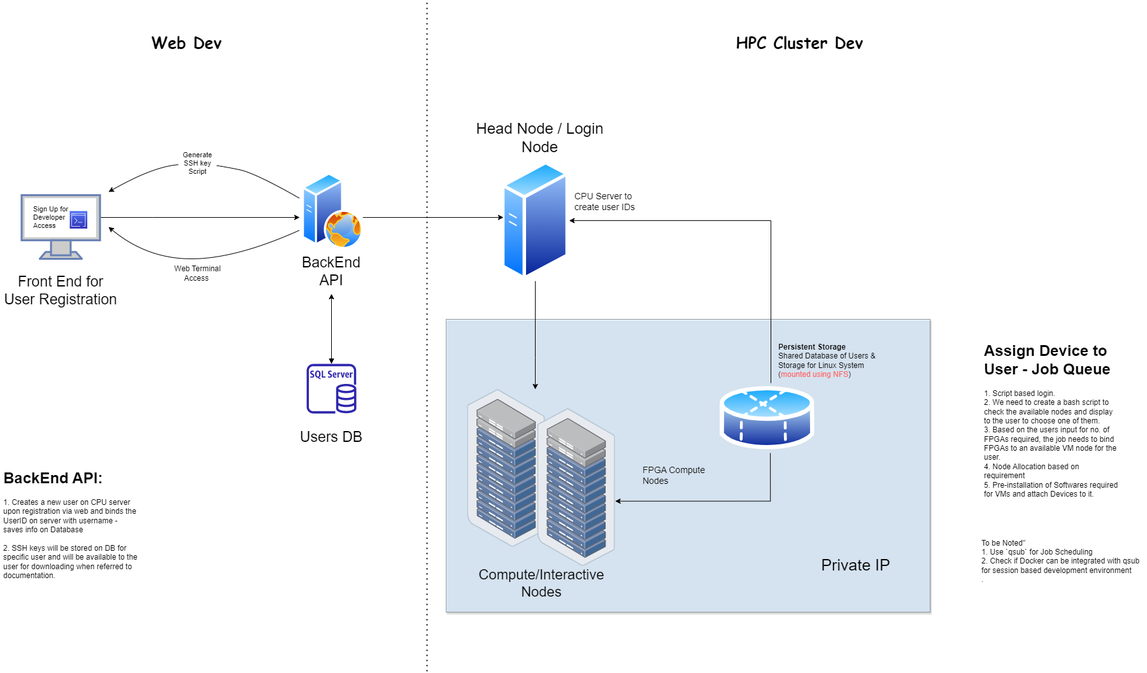
Above: LightSpeed Developer Access for Cloud Deployment.drawio.png in belanasaikiran/FlowCharts (draw.io), before the change. Source tidied: cells renumbered, new cells last; positions are measured from the earlier drawing's top-left corner, leaving out a move shared by most shapes.
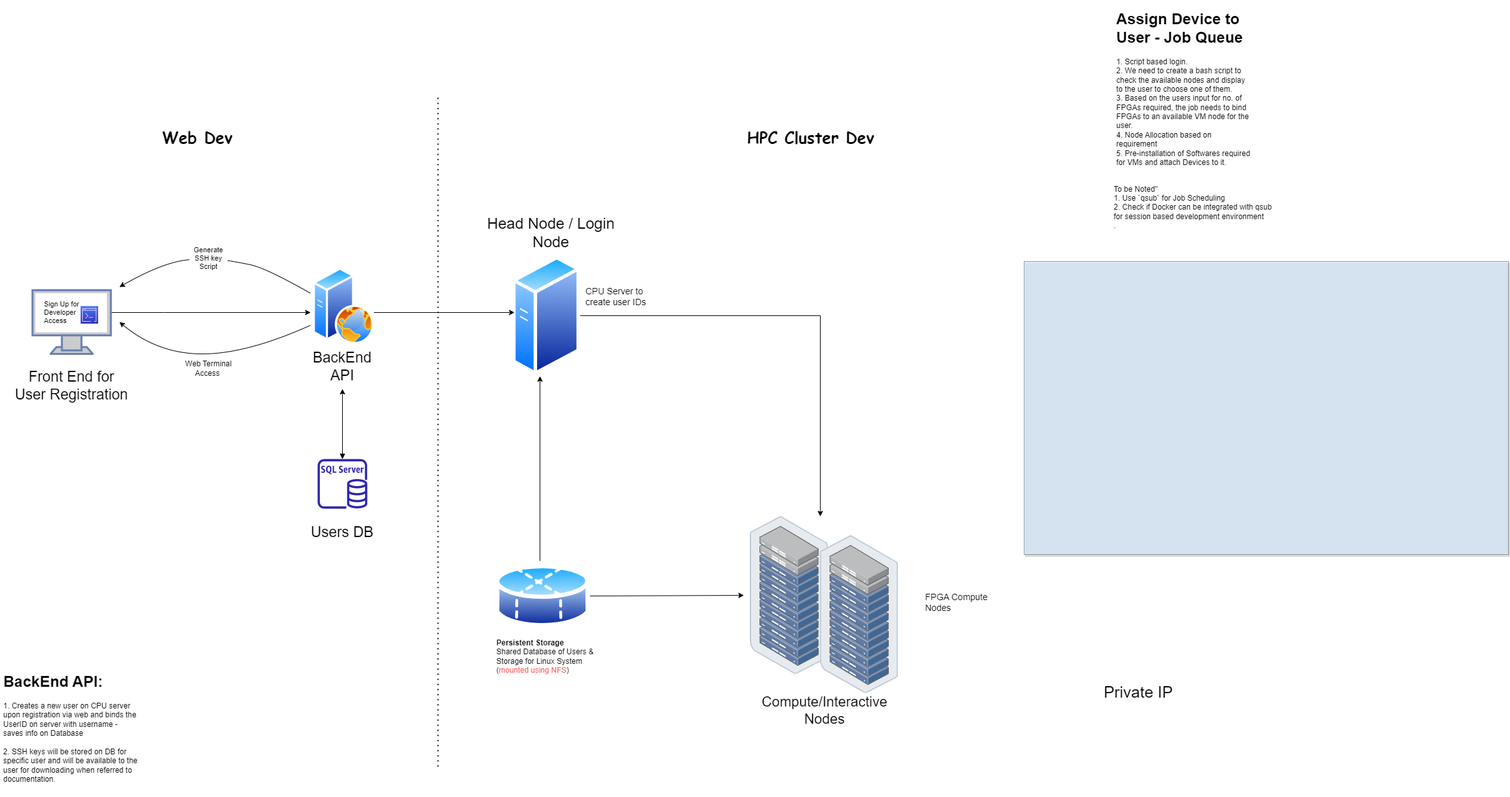
After the commit.

The edit, as a diff of the source:
```diff
@@ -55,11 +55,8 @@
       <mxGeometry x="14" width="96" height="120" as="geometry" />
     </mxCell>
     <mxCell id="15" style="group;" parent="1" vertex="1">
-      <mxGeometry x="733.4" y="610" width="726.6" height="440" as="geometry" />
+      <mxGeometry x="1160" y="660" width="726.6" height="440" as="geometry" />
     </mxCell>
-    <mxCell id="16" style="rounded=0;whiteSpace=wrap;html=1;labelBackgroundColor=#824040;labelBorderColor=none;fontSize=14;opacity=50;glass=0;shadow=1;fillColor=#cce5ff;strokeColor=#36393d;" parent="15" vertex="1">
-      <mxGeometry x="-33.4" y="-110" width="760" height="460" as="geometry" />
-    </mxCell>
     <mxCell id="17" style="points=[];html=1;align=center;shadow=0;dashed=0;image;image=img/lib/allied_telesis/storage/Datacenter_Server_Rack_ToR.svg;fontSize=11;" parent="15" vertex="1">
       <mxGeometry width="122.2" height="247.7" as="geometry" />
     </mxCell>
@@ -69,9 +66,6 @@
     <mxCell id="19" value="FPGA Compute Nodes" style="text;html=1;strokeColor=none;fillColor=none;align=left;verticalAlign=middle;whiteSpace=wrap;rounded=0;fontSize=14;" parent="15" vertex="1">
       <mxGeometry x="273.3" y="120" width="120" height="30" as="geometry" />
     </mxCell>
-    <mxCell id="20" value="&lt;b&gt;Persistent Storage&lt;/b&gt;&lt;br&gt;Shared Database of Users &amp;amp; Storage for Linux System&amp;nbsp;&lt;br&gt;(&lt;font color=&quot;#ff6666&quot;&gt;mounted using NFS&lt;/font&gt;)" style="text;html=1;strokeColor=none;fillColor=none;align=left;verticalAlign=middle;whiteSpace=wrap;rounded=0;" parent="15" vertex="1">
-      <mxGeometry x="486.6" y="-80" width="180" height="70" as="geometry" />
-    </mxCell>
     <mxCell id="21" value="&lt;font style=&quot;font-size: 25px;&quot;&gt;Private IP&lt;/font&gt;" style="text;html=1;align=center;verticalAlign=middle;whiteSpace=wrap;rounded=0;fontSize=14;" parent="15" vertex="1">
       <mxGeometry x="553.2" y="260" width="113.4" height="30" as="geometry" />
     </mxCell>
@@ -112,10 +106,10 @@
       </mxGeometry>
     </mxCell>
     <mxCell id="28" value="&lt;h1&gt;&lt;span style=&quot;background-color: initial;&quot;&gt;BackEnd API:&lt;/span&gt;&lt;/h1&gt;&lt;div&gt;&lt;span style=&quot;font-size: 12px; font-weight: 400;&quot;&gt;1. Creates a new user on CPU server upon registration via web and binds the UserID on server with username - saves info on Database&lt;/span&gt;&lt;/div&gt;&lt;div&gt;&lt;span style=&quot;font-size: 12px; font-weight: 400;&quot;&gt;&lt;br&gt;&lt;/span&gt;&lt;/div&gt;&lt;div&gt;&lt;span style=&quot;font-size: 12px; font-weight: 400;&quot;&gt;2. SSH keys will be stored on DB for specific user and will be available to the user for downloading when referred to documentation.&lt;/span&gt;&lt;/div&gt;&lt;div&gt;&lt;span style=&quot;font-size: 12px; font-weight: 400;&quot;&gt;&lt;br&gt;&lt;/span&gt;&lt;/div&gt;" style="text;html=1;strokeColor=none;fillColor=none;spacing=5;spacingTop=-20;whiteSpace=wrap;overflow=hidden;rounded=0;" parent="1" vertex="1">
-      <mxGeometry y="730" width="220" height="180" as="geometry" />
+      <mxGeometry x="-16.7" y="900" width="220" height="180" as="geometry" />
     </mxCell>
     <mxCell id="29" value="&lt;h1&gt;&lt;span style=&quot;background-color: initial;&quot;&gt;Assign Device to User - Job Queue&lt;/span&gt;&lt;/h1&gt;&lt;div&gt;&lt;span style=&quot;font-size: 12px; font-weight: 400;&quot;&gt;1. Script based login.&amp;nbsp;&lt;/span&gt;&lt;/div&gt;&lt;div&gt;&lt;span style=&quot;font-size: 12px; font-weight: 400;&quot;&gt;2. We need to create a bash script to check the available nodes and display to the user to choose one of them.&lt;/span&gt;&lt;/div&gt;&lt;div&gt;&lt;span style=&quot;font-size: 12px; font-weight: 400;&quot;&gt;3. Based on the users input for no. of FPGAs required, the job needs to bind FPGAs to an available VM node for the user.&lt;/span&gt;&lt;/div&gt;&lt;div&gt;&lt;span style=&quot;font-size: 12px; font-weight: 400;&quot;&gt;4. Node Allocation based on requirement&lt;/span&gt;&lt;/div&gt;&lt;div&gt;&lt;span style=&quot;font-size: 12px; font-weight: 400;&quot;&gt;5. Pre-installation of Softwares required for VMs and attach Devices to it.&lt;/span&gt;&lt;/div&gt;" style="text;html=1;strokeColor=none;fillColor=none;spacing=5;spacingTop=-20;whiteSpace=wrap;overflow=hidden;rounded=0;" parent="1" vertex="1">
-      <mxGeometry x="1540" y="530" width="220" height="250" as="geometry" />
+      <mxGeometry x="1730" y="-140" width="220" height="250" as="geometry" />
     </mxCell>
     <mxCell id="30" style="group;" parent="1" vertex="1">
       <mxGeometry x="50" y="320" width="86.5" height="40" as="geometry" />
@@ -127,24 +121,18 @@
       <mxGeometry x="59" y="10" width="27.5" height="27.5" as="geometry" />
     </mxCell>
     <mxCell id="33" value="&lt;div style=&quot;text-align: left;&quot;&gt;&lt;span style=&quot;background-color: initial;&quot;&gt;To be Noted&quot;&lt;/span&gt;&lt;/div&gt;&lt;div style=&quot;text-align: left;&quot;&gt;&lt;span style=&quot;background-color: initial;&quot;&gt;1. Use `qsub` for Job Scheduling&lt;/span&gt;&lt;/div&gt;&lt;div style=&quot;text-align: left;&quot;&gt;&lt;span style=&quot;background-color: initial;&quot;&gt;2. Check if Docker can be integrated with qsub for session based development environment&lt;/span&gt;&lt;/div&gt;&lt;div style=&quot;text-align: left;&quot;&gt;&lt;span style=&quot;background-color: initial;&quot;&gt;.&lt;/span&gt;&lt;/div&gt;" style="text;html=1;strokeColor=none;fillColor=none;align=center;verticalAlign=middle;whiteSpace=wrap;rounded=0;" parent="1" vertex="1">
-      <mxGeometry x="1540" y="835" width="260" height="90" as="geometry" />
+      <mxGeometry x="1730" y="130" width="260" height="90" as="geometry" />
     </mxCell>
-    <mxCell id="34" style="edgeStyle=orthogonalEdgeStyle;rounded=0;jettySize=auto;html=1;entryX=1;entryY=0.5;entryDx=0;entryDy=0;fontSize=18;" parent="1" edge="1" source="36" target="6">
+    <mxCell id="34" style="edgeStyle=orthogonalEdgeStyle;rounded=0;jettySize=auto;html=1;fontSize=18;" parent="1" edge="1" source="36">
       <mxGeometry relative="1" as="geometry">
+        <mxPoint x="830" y="440" as="targetPoint" />
         <Array as="points">
-          <mxPoint x="1210" y="345" />
+          <mxPoint x="830" y="440" />
         </Array>
       </mxGeometry>
     </mxCell>
-    <mxCell id="35" style="edgeStyle=orthogonalEdgeStyle;rounded=0;jettySize=auto;html=1;exitX=0.532;exitY=1.001;exitDx=0;exitDy=0;entryX=0.998;entryY=0.588;entryDx=0;entryDy=0;entryPerimeter=0;fontSize=18;exitPerimeter=0;" parent="1" edge="1" source="36" target="18">
-      <mxGeometry relative="1" as="geometry">
-        <Array as="points">
-          <mxPoint x="1209" y="786" />
-        </Array>
-      </mxGeometry>
-    </mxCell>
     <mxCell id="36" style="perimeter=ellipsePerimeter;html=1;align=center;shadow=0;dashed=0;spacingTop=3;image;image=img/lib/active_directory/database_partition_4.svg;" parent="1" vertex="1">
-      <mxGeometry x="1130" y="600" width="148.7" height="110" as="geometry" />
+      <mxGeometry x="760" y="730" width="148.7" height="110" as="geometry" />
     </mxCell>
     <mxCell id="37" value="&lt;font style=&quot;font-size: 24px;&quot;&gt;Head Node / Login Node&lt;/font&gt;" style="text;html=1;strokeColor=none;fillColor=none;align=center;verticalAlign=middle;whiteSpace=wrap;rounded=0;" parent="1" vertex="1">
       <mxGeometry x="740" y="200" width="215" height="30" as="geometry" />
@@ -161,8 +149,7 @@
     <mxCell id="40" style="edgeStyle=orthogonalEdgeStyle;rounded=0;jettySize=auto;html=1;fontSize=23;" parent="1" edge="1" source="6" target="17">
       <mxGeometry relative="1" as="geometry">
         <Array as="points">
-          <mxPoint x="840" y="560" />
-          <mxPoint x="840" y="560" />
+          <mxPoint x="1270" y="345" />
         </Array>
       </mxGeometry>
     </mxCell>
@@ -172,5 +159,16 @@
     <mxCell id="42" value="&lt;b&gt;&lt;font face=&quot;Comic Sans MS&quot;&gt;HPC Cluster Dev&lt;/font&gt;&lt;/b&gt;" style="text;html=1;strokeColor=none;fillColor=none;align=center;verticalAlign=middle;whiteSpace=wrap;rounded=0;fontSize=25;" parent="1" vertex="1">
       <mxGeometry x="1060" y="50" width="390" height="30" as="geometry" />
     </mxCell>
+    <mxCell id="16" style="rounded=0;whiteSpace=wrap;html=1;labelBackgroundColor=#824040;labelBorderColor=none;fontSize=14;opacity=50;glass=0;shadow=1;fillColor=#cce5ff;strokeColor=#36393d;" parent="1" vertex="1">
+      <mxGeometry x="1590" y="260" width="760" height="460" as="geometry" />
+    </mxCell>
+    <mxCell id="43" style="endArrow=classic;html=1;rounded=0;" parent="1" edge="1" source="36">
+      <mxGeometry relative="1" as="geometry">
+        <mxPoint x="1150" y="784" as="targetPoint" />
+      </mxGeometry>
+    </mxCell>
+    <mxCell id="20" value="&lt;b&gt;Persistent Storage&lt;/b&gt;&lt;br&gt;Shared Database of Users &amp;amp; Storage for Linux System&amp;nbsp;&lt;br&gt;(&lt;font color=&quot;#ff6666&quot;&gt;mounted using NFS&lt;/font&gt;)" style="text;html=1;strokeColor=none;fillColor=none;align=left;verticalAlign=middle;whiteSpace=wrap;rounded=0;" parent="1" vertex="1">
+      <mxGeometry x="760" y="845" width="180" height="70" as="geometry" />
+    </mxCell>
   </root>
 </mxGraphModel>
```
